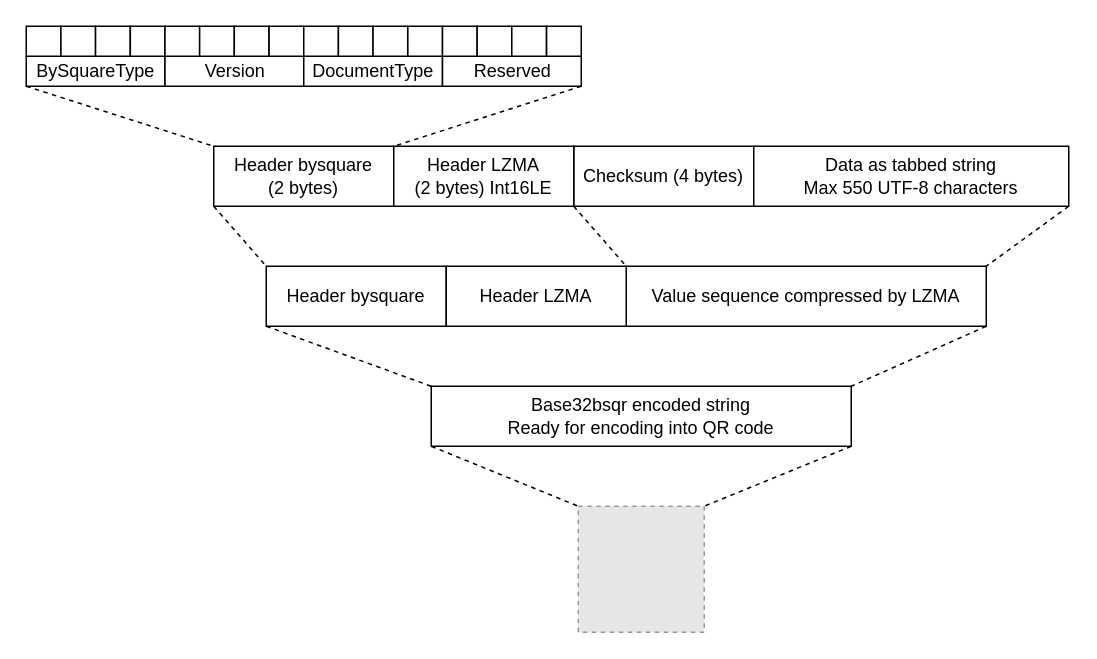
Earlier version of the draw.io diagram doc/uml/logic.drawio (xseman/bysquare). Source tidied: cells renumbered, new cells numbered last; positions are measured from the earlier drawing's top-left corner, leaving out a move shared by most shapes. Both pictures are drawn from the tidied source at 150%, with x=0, y=0 at pixel (26, 26). Pictures stored in the file or linked from it are replaced by grey dashed boxes.
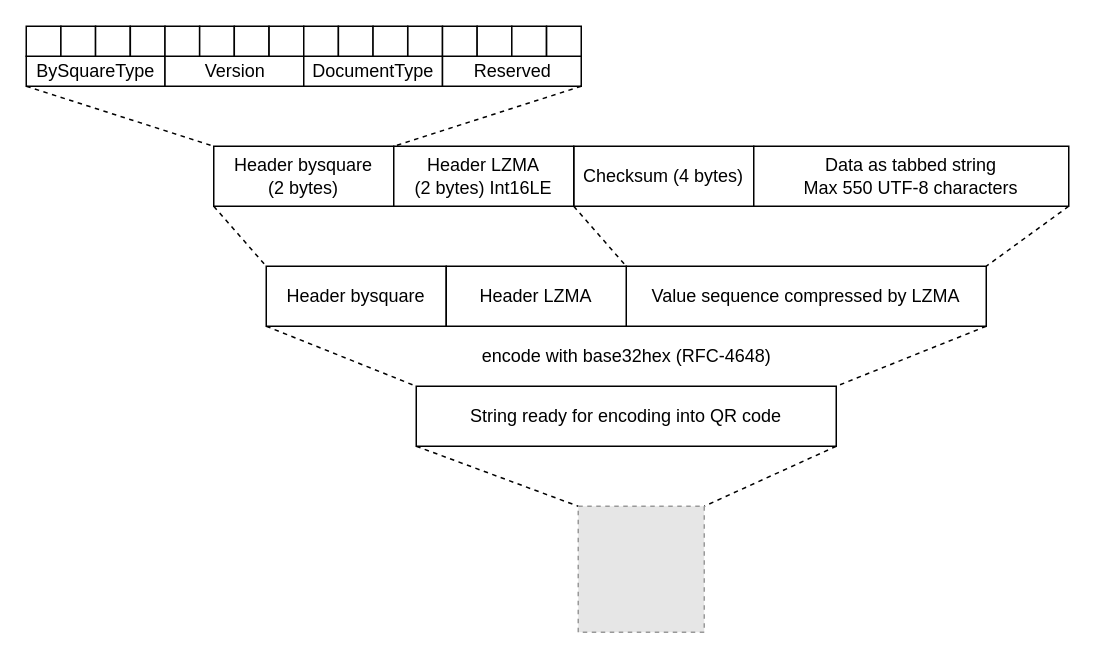
After the change.

Commit message (it also covers changes not shown here):
doc(uml): update logic

The edit, as a diff of the source:
```diff
@@
-    <mxCell id="6" value="Base32bsqr encoded string&lt;br&gt;Ready for encoding into QR code" style="whiteSpace=wrap;html=1;rounded=0;" parent="1" vertex="1">
-      <mxGeometry x="270" y="240" width="280" height="40" as="geometry" />
+    <mxCell id="6" value="String ready for encoding into QR code" style="whiteSpace=wrap;html=1;rounded=0;" parent="1" vertex="1">
+      <mxGeometry x="260" y="240" width="280" height="40" as="geometry" />
     </mxCell>
@@
+    <mxCell id="46" value="encode with base32hex (RFC-4648)" style="text;html=1;align=center;verticalAlign=middle;strokeColor=none;fillColor=none;" parent="1" vertex="1">
+      <mxGeometry x="295" y="210" width="210" height="20" as="geometry" />
+    </mxCell>
```
